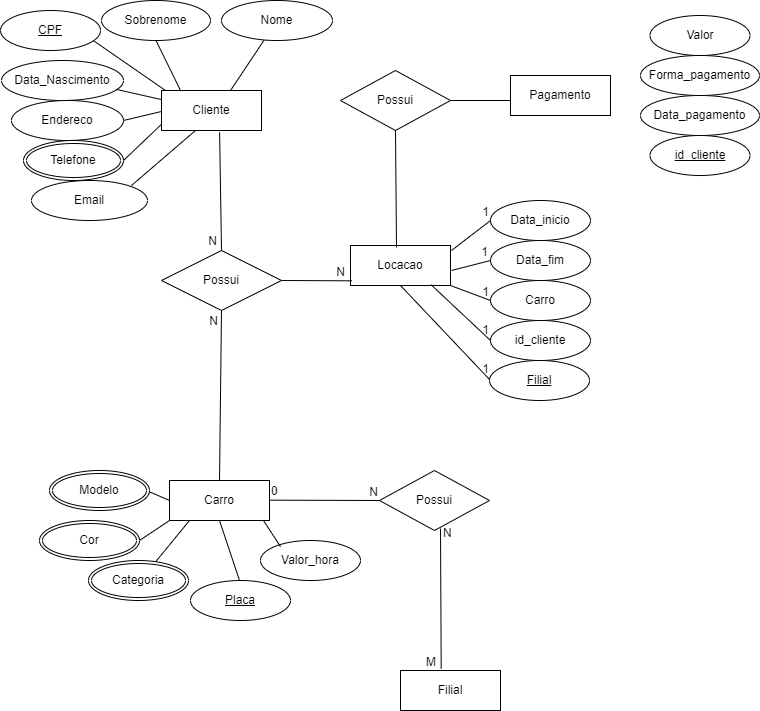
Kelly-Prone/diagramas keeps this draw.io diagram as Mapa_BD1.drawio.png. Above is the earlier version. Source tidied: cells renumbered, new cells last; positions are measured from the earlier drawing's top-left corner, leaving out a move shared by most shapes.
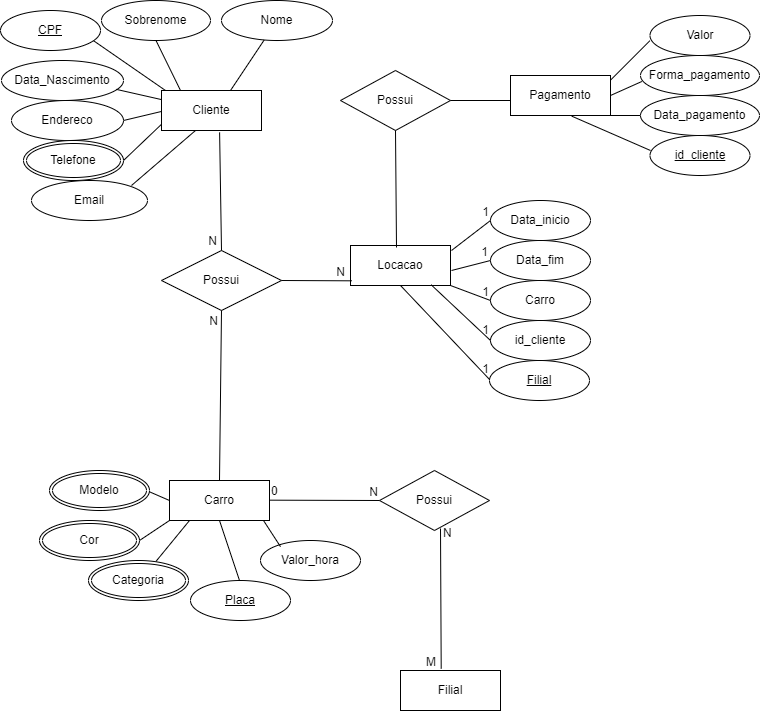
The same diagram one commit later.

Change to the diagram source:
```diff
@@ -257,5 +257,25 @@
     <mxCell id="66" value="id_cliente" style="ellipse;whiteSpace=wrap;html=1;align=center;fontStyle=4;" parent="1" vertex="1">
       <mxGeometry x="649.5" y="135" width="100" height="40" as="geometry" />
     </mxCell>
+    <mxCell id="67" style="endArrow=none;html=1;rounded=0;entryX=-0.002;entryY=0.633;entryDx=0;entryDy=0;entryPerimeter=0;" parent="1" edge="1" target="63">
+      <mxGeometry relative="1" as="geometry">
+        <mxPoint x="610" y="79.7" as="sourcePoint" />
+      </mxGeometry>
+    </mxCell>
+    <mxCell id="68" style="endArrow=none;html=1;rounded=0;entryX=0.011;entryY=0.65;entryDx=0;entryDy=0;entryPerimeter=0;" parent="1" edge="1" target="64">
+      <mxGeometry relative="1" as="geometry">
+        <mxPoint x="610" y="95" as="sourcePoint" />
+      </mxGeometry>
+    </mxCell>
+    <mxCell id="69" style="endArrow=none;html=1;rounded=0;entryX=-0.022;entryY=0.7;entryDx=0;entryDy=0;entryPerimeter=0;exitX=1;exitY=1;exitDx=0;exitDy=0;" parent="1" edge="1" source="42">
+      <mxGeometry relative="1" as="geometry">
+        <mxPoint x="640" y="115" as="targetPoint" />
+      </mxGeometry>
+    </mxCell>
+    <mxCell id="70" style="endArrow=none;html=1;rounded=0;exitX=0.613;exitY=1.017;exitDx=0;exitDy=0;exitPerimeter=0;" parent="1" edge="1" source="42">
+      <mxGeometry relative="1" as="geometry">
+        <mxPoint x="650" y="150" as="targetPoint" />
+      </mxGeometry>
+    </mxCell>
   </root>
 </mxGraphModel>
```
